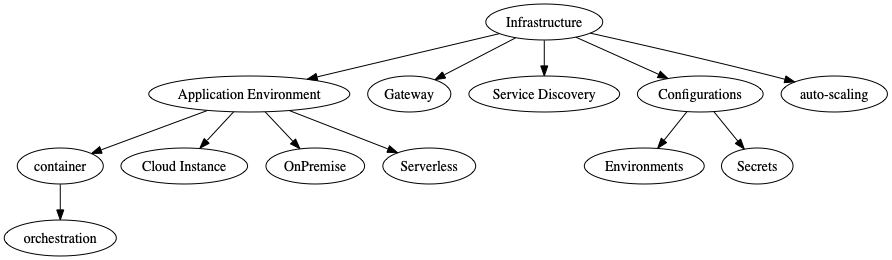
Earlier version of the Graphviz export images/microservices-infrastructure-roadmap.gv.png (emmanuelneri/microservices-roadmap). Its source is kept beside it as images/microservices-infrastructure-roadmap.gv. Source of this version:
```dot
digraph {
	infrastructure [label=Infrastructure]
	infrastructure -> "application-environment"
	infrastructure -> gateway
	infrastructure -> "service-discovery"
	infrastructure -> configuration
	infrastructure -> "auto-scaling"
	"application-environment" [label="Application Environment"]
	gateway [label=Gateway]
	"service-discovery" [label="Service Discovery"]
	configuration [label=Configurations]
	container [label=container]
	"cloud-instance" [label="Cloud Instance"]
	"on-premise" [label=OnPremise]
	serveless [label=Serverless]
	"application-environment" -> container
	"application-environment" -> "cloud-instance"
	"application-environment" -> "on-premise"
	"application-environment" -> serveless
	container -> orchestration
	environment [label=Environments]
	secrets [label=Secrets]
	configuration -> environment
	configuration -> secrets
}
```
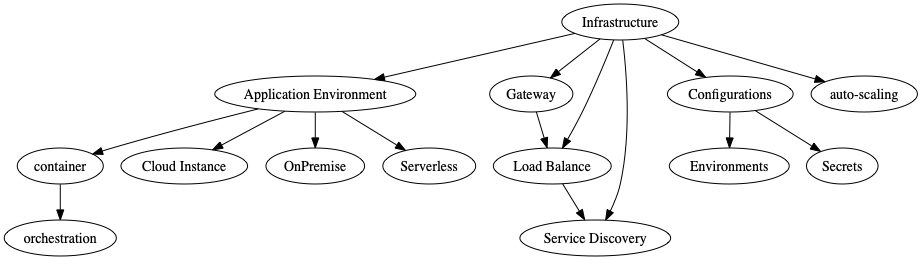
Above is the later version.

Change to the diagram source:
```diff
@@ -1,14 +1,18 @@
 digraph {
 	infrastructure [label=Infrastructure]
+	"application-environment" [label="Application Environment"]
+	gateway [label=Gateway]
+	"load-balance" [label="Load Balance"]
+	"service-discovery" [label="Service Discovery"]
+	configuration [label=Configurations]
 	infrastructure -> "application-environment"
 	infrastructure -> gateway
+	infrastructure -> "load-balance"
 	infrastructure -> "service-discovery"
 	infrastructure -> configuration
 	infrastructure -> "auto-scaling"
-	"application-environment" [label="Application Environment"]
-	gateway [label=Gateway]
-	"service-discovery" [label="Service Discovery"]
-	configuration [label=Configurations]
+	gateway -> "load-balance"
+	"load-balance" -> "service-discovery"
 	container [label=container]
 	"cloud-instance" [label="Cloud Instance"]
 	"on-premise" [label=OnPremise]
```
